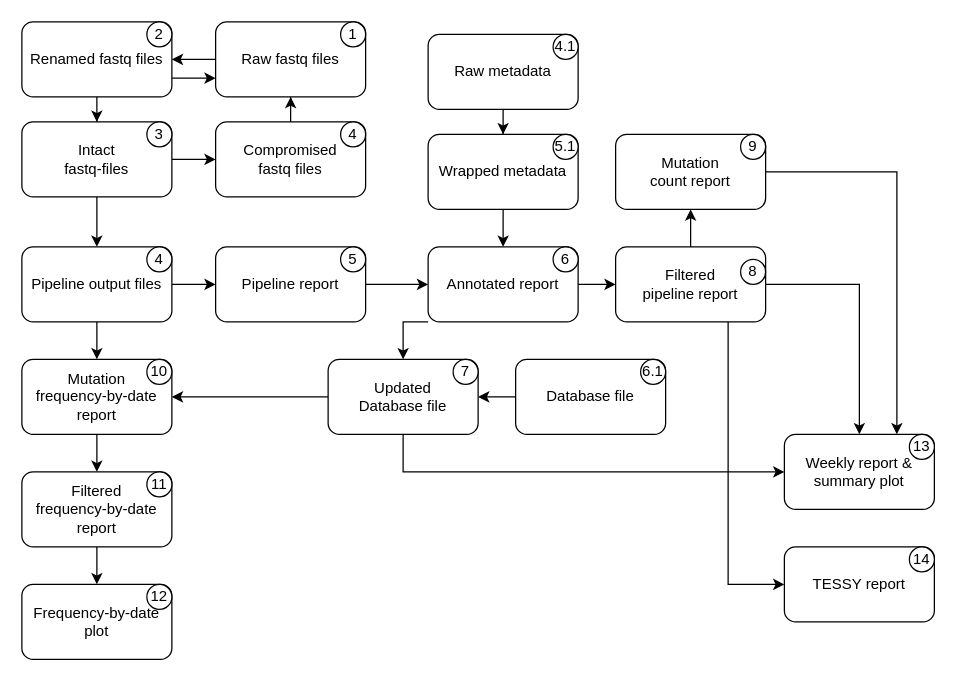
The draw.io diagram subscripts/Untitled Diagram.drawio in NMRL/NMRL_SARS-CoV2_Inhouse_pipeline, before the edit. Source tidied: cells renumbered, new cells numbered last; positions are measured from the earlier drawing's top-left corner, leaving out a move shared by most shapes. Both pictures are drawn from the tidied source at 125%, with x=0, y=0 at pixel (21, 21).
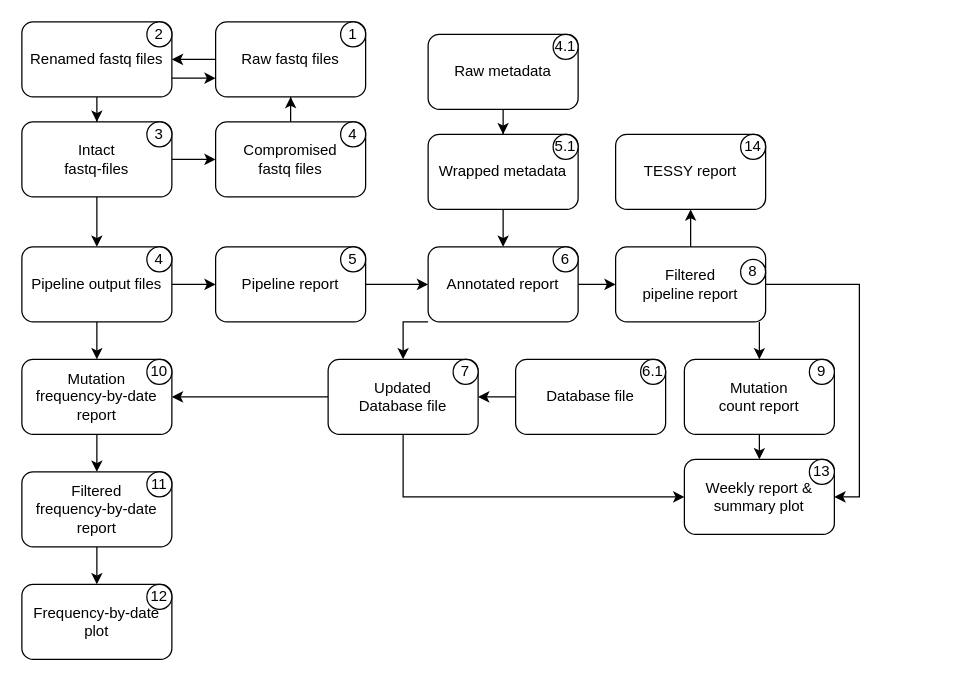
The same page after the edit.

Unchanged cells that the change refers to:
```xml
<mxCell id="43" value="&lt;div&gt;Filtered&lt;/div&gt;&lt;div&gt;pipeline report&lt;br&gt;&lt;/div&gt;" style="rounded=1;whiteSpace=wrap;html=1;" parent="1" vertex="1">
  <mxGeometry x="475" y="180" width="120" height="60" as="geometry" />
</mxCell>
```

Change to the diagram source:
```diff
@@
     <mxCell id="40" style="edgeStyle=orthogonalEdgeStyle;rounded=0;jettySize=auto;html=1;" parent="1" edge="1" source="43" target="46">
-      <mxGeometry relative="1" as="geometry" />
+      <mxGeometry relative="1" as="geometry">
+        <Array as="points">
+          <mxPoint x="590" y="250" />
+          <mxPoint x="590" y="250" />
+        </Array>
+      </mxGeometry>
     </mxCell>
-    <mxCell id="41" style="edgeStyle=orthogonalEdgeStyle;rounded=0;jettySize=auto;html=1;exitX=1;exitY=0.5;exitDx=0;exitDy=0;entryX=0.5;entryY=0;entryDx=0;entryDy=0;" parent="1" edge="1" source="43" target="56">
+    <mxCell id="41" style="edgeStyle=orthogonalEdgeStyle;rounded=0;jettySize=auto;html=1;exitX=1;exitY=0.5;exitDx=0;exitDy=0;entryX=1;entryY=0.5;entryDx=0;entryDy=0;" parent="1" edge="1" source="43" target="56">
       <mxGeometry relative="1" as="geometry" />
     </mxCell>
-    <mxCell id="42" style="edgeStyle=orthogonalEdgeStyle;rounded=0;jettySize=auto;html=1;exitX=0.75;exitY=1;exitDx=0;exitDy=0;entryX=0;entryY=0.5;entryDx=0;entryDy=0;" parent="1" edge="1" source="43" target="58">
+    <mxCell id="42" style="edgeStyle=orthogonalEdgeStyle;rounded=0;jettySize=auto;html=1;entryX=0.5;entryY=1;entryDx=0;entryDy=0;" parent="1" edge="1" source="43" target="58">
       <mxGeometry relative="1" as="geometry" />
     </mxCell>
@@
-    <mxCell id="45" style="edgeStyle=orthogonalEdgeStyle;rounded=0;jettySize=auto;html=1;exitX=1;exitY=0.5;exitDx=0;exitDy=0;entryX=0.75;entryY=0;entryDx=0;entryDy=0;" parent="1" edge="1" source="46" target="56">
+    <mxCell id="45" style="edgeStyle=orthogonalEdgeStyle;rounded=0;jettySize=auto;html=1;exitX=0.5;exitY=1;exitDx=0;exitDy=0;entryX=0.5;entryY=0;entryDx=0;entryDy=0;" parent="1" edge="1" source="46" target="56">
       <mxGeometry relative="1" as="geometry" />
     </mxCell>
     <mxCell id="46" value="Mutation&lt;br&gt;count report" style="rounded=1;whiteSpace=wrap;html=1;" parent="1" vertex="1">
-      <mxGeometry x="475" y="90" width="120" height="60" as="geometry" />
+      <mxGeometry x="530" y="270" width="120" height="60" as="geometry" />
     </mxCell>
     <mxCell id="47" value="9" style="ellipse;whiteSpace=wrap;html=1;" parent="1" vertex="1">
-      <mxGeometry x="575" y="90" width="20" height="20" as="geometry" />
+      <mxGeometry x="630" y="270" width="20" height="20" as="geometry" />
     </mxCell>
@@
     <mxCell id="56" value="Weekly report &amp;amp; summary plot" style="rounded=1;whiteSpace=wrap;html=1;" parent="1" vertex="1">
-      <mxGeometry x="610" y="330" width="120" height="60" as="geometry" />
+      <mxGeometry x="530" y="350" width="120" height="60" as="geometry" />
     </mxCell>
     <mxCell id="57" value="13" style="ellipse;whiteSpace=wrap;html=1;" parent="1" vertex="1">
-      <mxGeometry x="710" y="330" width="20" height="20" as="geometry" />
+      <mxGeometry x="630" y="350" width="20" height="20" as="geometry" />
     </mxCell>
     <mxCell id="58" value="TESSY report" style="rounded=1;whiteSpace=wrap;html=1;" parent="1" vertex="1">
-      <mxGeometry x="610" y="420" width="120" height="60" as="geometry" />
+      <mxGeometry x="475" y="90" width="120" height="60" as="geometry" />
     </mxCell>
     <mxCell id="59" value="14" style="ellipse;whiteSpace=wrap;html=1;" parent="1" vertex="1">
-      <mxGeometry x="710" y="420" width="20" height="20" as="geometry" />
+      <mxGeometry x="575" y="90" width="20" height="20" as="geometry" />
     </mxCell>
```
